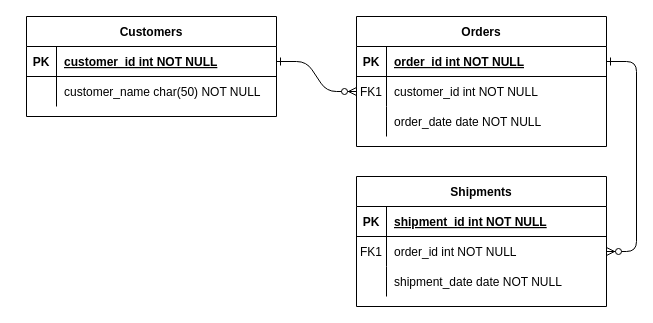
This is Diagrama sin título.drawio from CristinaMateo/Proyecto-backend, a draw.io file, before an edit. Source tidied: cells renumbered, new cells numbered last; positions are measured from the earlier drawing's top-left corner, leaving out a move shared by most shapes. Both pictures are drawn from the tidied source at 100%, with x=0, y=0 at pixel (26, 16).
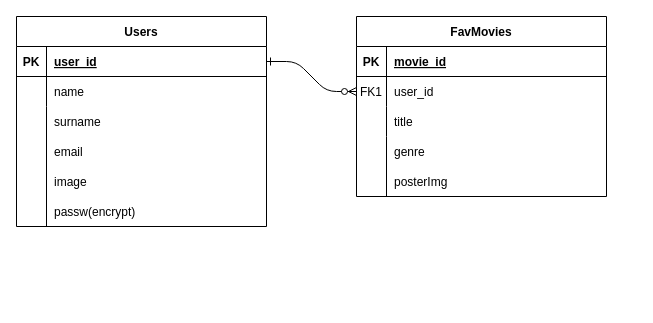
After the change.

The change refers to these unchanged cells:
```xml
<mxCell id="5" style="shape=partialRectangle;fillColor=none;points=[[0,0.5],[1,0.5]];portConstraint=eastwest;top=0;left=0;right=0;bottom=1;" parent="4" vertex="1">
  <mxGeometry y="30" width="250" height="30" as="geometry" />
</mxCell>
<mxCell id="8" style="shape=partialRectangle;fillColor=none;points=[[0,0.5],[1,0.5]];portConstraint=eastwest;top=0;left=0;right=0;bottom=0;" parent="4" vertex="1">
  <mxGeometry y="60" width="250" height="30" as="geometry" />
</mxCell>
<mxCell id="11" style="shape=partialRectangle;fillColor=none;top=0;left=0;right=0;bottom=0;" parent="4" vertex="1">
  <mxGeometry y="90" width="250" height="30" as="geometry" />
</mxCell>
<mxCell id="25" style="shape=partialRectangle;fillColor=none;points=[[0,0.5],[1,0.5]];portConstraint=eastwest;top=0;left=0;right=0;bottom=1;" parent="24" vertex="1">
  <mxGeometry y="30" width="250" height="30" as="geometry" />
</mxCell>
<mxCell id="28" style="shape=partialRectangle;fillColor=none;top=0;left=0;right=0;bottom=0;" parent="24" vertex="1">
  <mxGeometry y="60" width="250" height="30" as="geometry" />
</mxCell>
```

What changed in the source:
```diff
@@
-    <mxCell id="3" style="edgeStyle=entityRelationEdgeStyle;endArrow=ERzeroToMany;startArrow=ERone;endFill=1;startFill=0;" parent="1" edge="1" source="5" target="18">
-      <mxGeometry relative="1" as="geometry" />
-    </mxCell>
-    <mxCell id="4" value="Orders" style="shape=table;startSize=30;childLayout=tableLayout;rowLines=0;fontStyle=1;align=center;" parent="1" vertex="1">
-      <mxGeometry x="330" width="250" height="130" as="geometry" />
+    <mxCell id="4" value="FavMovies" style="shape=table;startSize=30;childLayout=tableLayout;rowLines=0;fontStyle=1;align=center;" parent="1" vertex="1">
+      <mxGeometry x="330" width="250" height="180" as="geometry" />
     </mxCell>
@@
-    <mxCell id="7" value="order_id int NOT NULL " style="shape=partialRectangle;overflow=hidden;fillColor=none;top=0;left=0;bottom=0;right=0;align=left;spacingLeft=6;fontStyle=5;" parent="5" vertex="1">
+    <mxCell id="7" value="movie_id" style="shape=partialRectangle;overflow=hidden;fillColor=none;top=0;left=0;bottom=0;right=0;align=left;spacingLeft=6;fontStyle=5;" parent="5" vertex="1">
       <mxGeometry x="30" width="220" height="30" as="geometry" />
     </mxCell>
@@
-    <mxCell id="10" value="customer_id int NOT NULL" style="shape=partialRectangle;overflow=hidden;fillColor=none;top=0;left=0;bottom=0;right=0;align=left;spacingLeft=6;" parent="8" vertex="1">
+    <mxCell id="10" value="user_id" style="shape=partialRectangle;overflow=hidden;fillColor=none;top=0;left=0;bottom=0;right=0;align=left;spacingLeft=6;" parent="8" vertex="1">
       <mxGeometry x="30" width="220" height="30" as="geometry" />
     </mxCell>
@@
-    <mxCell id="13" value="order_date date NOT NULL" style="shape=partialRectangle;overflow=hidden;fillColor=none;top=0;left=0;bottom=0;right=0;align=left;spacingLeft=6;" parent="11" vertex="1">
+    <mxCell id="13" value="title" style="shape=partialRectangle;overflow=hidden;fillColor=none;top=0;left=0;bottom=0;right=0;align=left;spacingLeft=6;" parent="11" vertex="1">
       <mxGeometry x="30" width="220" height="30" as="geometry" />
     </mxCell>
-    <mxCell id="14" value="Shipments" style="shape=table;startSize=30;childLayout=tableLayout;rowLines=0;fontStyle=1;align=center;" parent="1" vertex="1">
-      <mxGeometry x="330" y="160" width="250" height="130" as="geometry" />
-    </mxCell>
-    <mxCell id="15" style="shape=partialRectangle;fillColor=none;top=0;left=0;right=0;bottom=1;" parent="14" vertex="1">
-      <mxGeometry y="30" width="250" height="30" as="geometry" />
-    </mxCell>
-    <mxCell id="16" value="PK" style="shape=partialRectangle;overflow=hidden;fillColor=none;top=0;left=0;bottom=0;right=0;fontStyle=1;" parent="15" vertex="1">
-      <mxGeometry width="30" height="30" as="geometry" />
-    </mxCell>
-    <mxCell id="17" value="shipment_id int NOT NULL " style="shape=partialRectangle;overflow=hidden;fillColor=none;top=0;left=0;bottom=0;right=0;align=left;spacingLeft=6;fontStyle=5;" parent="15" vertex="1">
-      <mxGeometry x="30" width="220" height="30" as="geometry" />
-    </mxCell>
-    <mxCell id="18" style="shape=partialRectangle;fillColor=none;points=[[0,0.5],[1,0.5]];portConstraint=eastwest;top=0;left=0;right=0;bottom=0;" parent="14" vertex="1">
-      <mxGeometry y="60" width="250" height="30" as="geometry" />
-    </mxCell>
-    <mxCell id="19" value="FK1" style="shape=partialRectangle;overflow=hidden;fillColor=none;top=0;left=0;bottom=0;right=0;" parent="18" vertex="1">
-      <mxGeometry width="30" height="30" as="geometry" />
-    </mxCell>
-    <mxCell id="20" value="order_id int NOT NULL" style="shape=partialRectangle;overflow=hidden;fillColor=none;top=0;left=0;bottom=0;right=0;align=left;spacingLeft=6;" parent="18" vertex="1">
-      <mxGeometry x="30" width="220" height="30" as="geometry" />
-    </mxCell>
-    <mxCell id="21" style="shape=partialRectangle;fillColor=none;top=0;left=0;right=0;bottom=0;" parent="14" vertex="1">
-      <mxGeometry y="90" width="250" height="30" as="geometry" />
-    </mxCell>
-    <mxCell id="22" style="shape=partialRectangle;overflow=hidden;fillColor=none;top=0;left=0;bottom=0;right=0;" parent="21" vertex="1">
-      <mxGeometry width="30" height="30" as="geometry" />
-    </mxCell>
-    <mxCell id="23" value="shipment_date date NOT NULL" style="shape=partialRectangle;overflow=hidden;fillColor=none;top=0;left=0;bottom=0;right=0;align=left;spacingLeft=6;" parent="21" vertex="1">
-      <mxGeometry x="30" width="220" height="30" as="geometry" />
-    </mxCell>
-    <mxCell id="24" value="Customers" style="shape=table;startSize=30;childLayout=tableLayout;rowLines=0;fontStyle=1;align=center;" parent="1" vertex="1">
-      <mxGeometry width="250" height="100" as="geometry" />
+    <mxCell id="24" value="Users" style="shape=table;startSize=30;childLayout=tableLayout;rowLines=0;fontStyle=1;align=center;" parent="1" vertex="1">
+      <mxGeometry x="-10" width="250" height="210" as="geometry" />
     </mxCell>
@@
-    <mxCell id="27" value="customer_id int NOT NULL " style="shape=partialRectangle;overflow=hidden;fillColor=none;top=0;left=0;bottom=0;right=0;align=left;spacingLeft=6;fontStyle=5;" parent="25" vertex="1">
+    <mxCell id="27" value="user_id" style="shape=partialRectangle;overflow=hidden;fillColor=none;top=0;left=0;bottom=0;right=0;align=left;spacingLeft=6;fontStyle=5;" parent="25" vertex="1">
       <mxGeometry x="30" width="220" height="30" as="geometry" />
     </mxCell>
@@
-    <mxCell id="30" value="customer_name char(50) NOT NULL" style="shape=partialRectangle;overflow=hidden;fillColor=none;top=0;left=0;bottom=0;right=0;align=left;spacingLeft=6;" parent="28" vertex="1">
+    <mxCell id="30" value="name" style="shape=partialRectangle;overflow=hidden;fillColor=none;top=0;left=0;bottom=0;right=0;align=left;spacingLeft=6;" parent="28" vertex="1">
       <mxGeometry x="30" width="220" height="30" as="geometry" />
     </mxCell>
+    <mxCell id="31" value="genre" style="shape=partialRectangle;overflow=hidden;fillColor=none;top=0;left=0;bottom=0;right=0;align=left;spacingLeft=6;" parent="1" vertex="1">
+      <mxGeometry x="360" y="120" width="220" height="30" as="geometry" />
+    </mxCell>
+    <mxCell id="32" value="surname" style="shape=partialRectangle;overflow=hidden;fillColor=none;top=0;left=0;bottom=0;right=0;align=left;spacingLeft=6;" parent="1" vertex="1">
+      <mxGeometry x="20" y="90" width="220" height="30" as="geometry" />
+    </mxCell>
+    <mxCell id="33" value="email" style="shape=partialRectangle;overflow=hidden;fillColor=none;top=0;left=0;bottom=0;right=0;align=left;spacingLeft=6;" parent="1" vertex="1">
+      <mxGeometry x="20" y="120" width="220" height="30" as="geometry" />
+    </mxCell>
+    <mxCell id="34" value="image" style="shape=partialRectangle;overflow=hidden;fillColor=none;top=0;left=0;bottom=0;right=0;align=left;spacingLeft=6;" parent="1" vertex="1">
+      <mxGeometry x="20" y="150" width="220" height="30" as="geometry" />
+    </mxCell>
+    <mxCell id="35" value="passw(encrypt)" style="shape=partialRectangle;overflow=hidden;fillColor=none;top=0;left=0;bottom=0;right=0;align=left;spacingLeft=6;" parent="1" vertex="1">
+      <mxGeometry x="20" y="180" width="220" height="30" as="geometry" />
+    </mxCell>
+    <mxCell id="36" style="endArrow=none;html=1;rounded=0;" parent="1" edge="1">
+      <mxGeometry relative="1" as="geometry">
+        <mxPoint x="360" y="180" as="sourcePoint" />
+        <mxPoint x="360" y="120" as="targetPoint" />
+      </mxGeometry>
+    </mxCell>
+    <mxCell id="37" style="endArrow=none;html=1;rounded=0;" parent="1" edge="1">
+      <mxGeometry relative="1" as="geometry">
+        <mxPoint x="20" y="210" as="sourcePoint" />
+        <mxPoint x="20" y="90" as="targetPoint" />
+      </mxGeometry>
+    </mxCell>
+    <mxCell id="38" value="posterImg" style="shape=partialRectangle;overflow=hidden;fillColor=none;top=0;left=0;bottom=0;right=0;align=left;spacingLeft=6;" parent="1" vertex="1">
+      <mxGeometry x="360" y="150" width="220" height="30" as="geometry" />
+    </mxCell>
```
